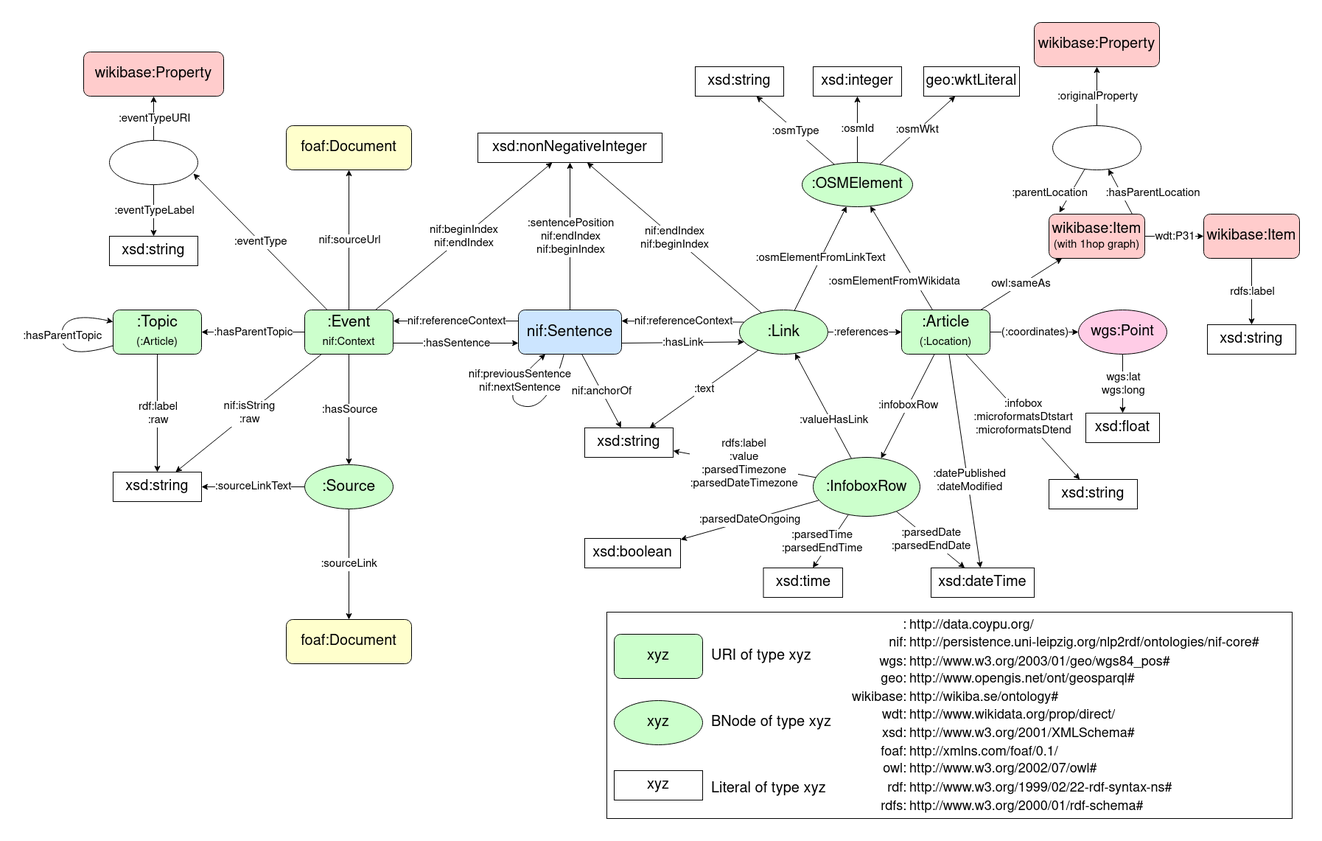
The draw.io diagram Schema.drawio.png in semantic-systems/coypu-wiki-events, before a commit. Source tidied: cells renumbered, new cells last; positions are measured from the earlier drawing's top-left corner, leaving out a move shared by most shapes.
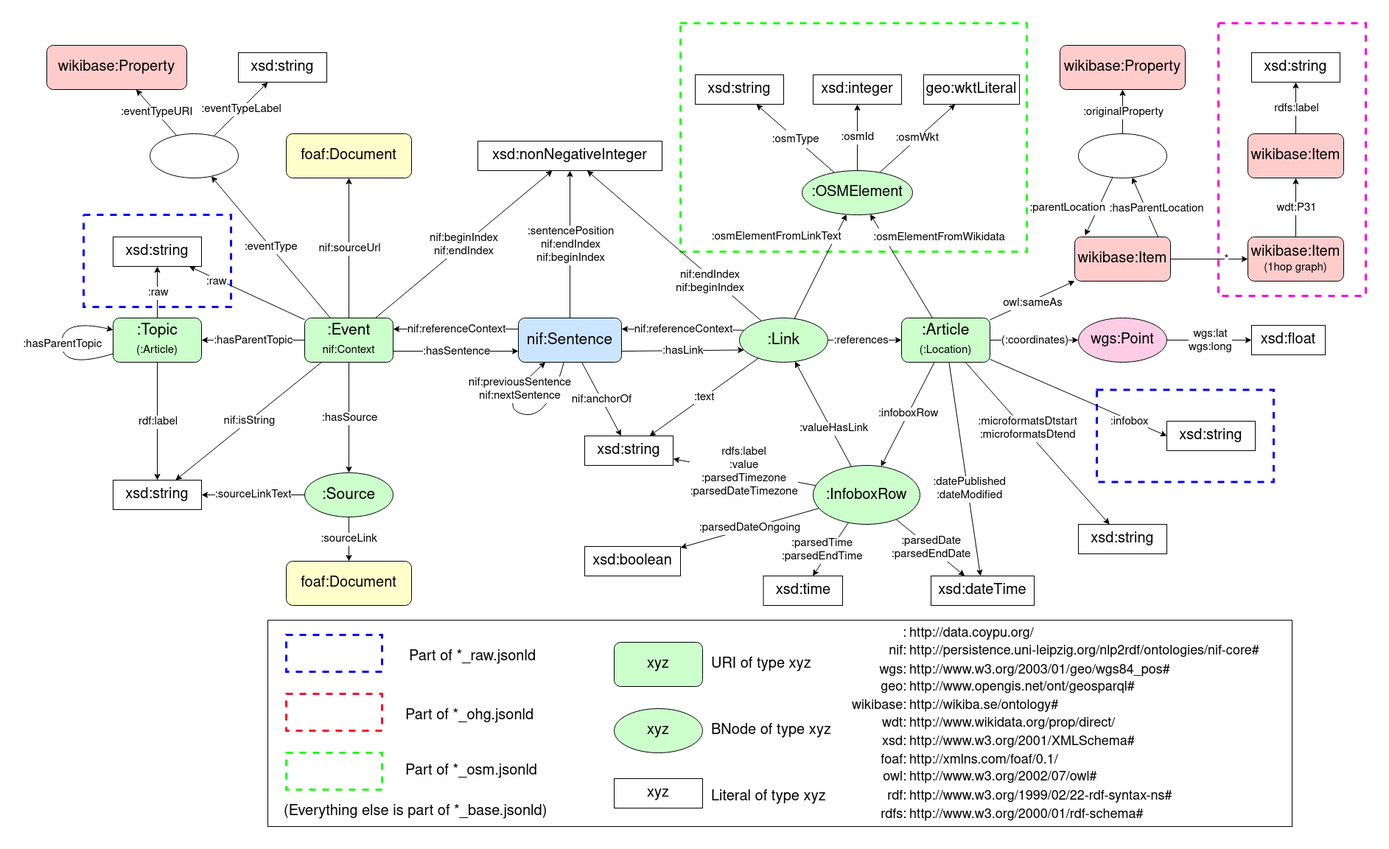
Above is the later version.

What changed in the source:
```diff
@@ -4,2 +4,14 @@
     <mxCell id="1" parent="0" />
+    <mxCell id="153" style="rounded=0;whiteSpace=wrap;html=1;fillColor=none;dashed=1;strokeColor=#0000FF;strokeWidth=3;" parent="1" vertex="1">
+      <mxGeometry x="1405" y="487.5" width="240" height="125" as="geometry" />
+    </mxCell>
+    <mxCell id="154" style="rounded=0;whiteSpace=wrap;html=1;fillColor=none;dashed=1;strokeColor=#0000FF;strokeWidth=3;" parent="1" vertex="1">
+      <mxGeometry x="30" y="250" width="200" height="125" as="geometry" />
+    </mxCell>
+    <mxCell id="155" style="rounded=0;whiteSpace=wrap;html=1;fillColor=none;dashed=1;strokeColor=#1DFF0D;strokeWidth=3;" parent="1" vertex="1">
+      <mxGeometry x="840" y="-10" width="470" height="310" as="geometry" />
+    </mxCell>
+    <mxCell id="156" style="rounded=0;whiteSpace=wrap;html=1;fillColor=none;dashed=1;strokeColor=#FF00DD;strokeWidth=3;" parent="1" vertex="1">
+      <mxGeometry x="1570" y="-10" width="200" height="370" as="geometry" />
+    </mxCell>
     <mxCell id="2" value=":sourceLinkText" style="edgeStyle=none;rounded=0;jettySize=auto;fontFamily=Helvetica;fontSize=15;fontColor=default;endArrow=classic;endFill=1;align=center;horizontal=1;html=1;labelPosition=center;verticalLabelPosition=middle;verticalAlign=middle;" parent="1" edge="1" source="60" target="48">
@@ -19,3 +31,3 @@
     </mxCell>
-    <mxCell id="7" style="rounded=0;jettySize=auto;html=1;entryX=0.95;entryY=0.75;entryDx=0;entryDy=0;entryPerimeter=0;" parent="1" edge="1" source="9" target="150">
+    <mxCell id="7" style="rounded=0;jettySize=auto;html=1;" parent="1" edge="1" source="9" target="150">
       <mxGeometry relative="1" as="geometry" />
@@ -39,3 +51,3 @@
     </mxCell>
-    <mxCell id="13" value="&lt;div&gt;rdf:label&lt;/div&gt;&lt;div&gt;:raw&lt;br&gt;&lt;/div&gt;" style="edgeLabel;html=1;align=center;verticalAlign=middle;fontSize=15;fontFamily=Helvetica;fontColor=default;" parent="12" vertex="1">
+    <mxCell id="13" value="&lt;div&gt;rdf:label&lt;/div&gt;" style="edgeLabel;html=1;align=center;verticalAlign=middle;fontSize=15;fontFamily=Helvetica;fontColor=default;" parent="12" vertex="1">
       <mxGeometry relative="1" as="geometry" />
@@ -80,7 +92,9 @@
     </mxCell>
-    <mxCell id="26" value="&lt;div&gt;:infobox&lt;/div&gt;&lt;div&gt;&lt;div&gt;:microformatsDtstart&lt;/div&gt;&lt;div&gt;:microformatsDtend&lt;/div&gt;&lt;/div&gt;" style="edgeLabel;html=1;align=center;verticalAlign=middle;fontSize=15;fontFamily=Helvetica;fontColor=default;" parent="25" vertex="1">
-      <mxGeometry relative="1" as="geometry" />
+    <mxCell id="26" value="&lt;div&gt;&lt;div&gt;:microformatsDtstart&lt;/div&gt;&lt;div&gt;:microformatsDtend&lt;/div&gt;&lt;/div&gt;" style="edgeLabel;html=1;align=center;verticalAlign=middle;fontSize=15;fontFamily=Helvetica;fontColor=default;" parent="25" vertex="1">
+      <mxGeometry relative="1" as="geometry">
+        <mxPoint x="-14" y="-20" as="offset" />
+      </mxGeometry>
     </mxCell>
     <mxCell id="27" value="&lt;font style=&quot;font-size: 15px;&quot;&gt;:osmElementFromLinkText&lt;/font&gt;" style="rounded=0;jettySize=auto;html=1;" parent="1" edge="1" source="22" target="68">
-      <mxGeometry relative="1" as="geometry" />
+      <mxGeometry x="0.12" y="72" relative="1" as="geometry" />
     </mxCell>
@@ -91,3 +105,3 @@
       <mxGeometry x="-0.34" relative="1" as="geometry">
-        <mxPoint x="-25" y="7" as="offset" />
+        <mxPoint x="36" y="-64" as="offset" />
       </mxGeometry>
@@ -95,3 +109,3 @@
     <mxCell id="30" value="owl:sameAs" style="edgeStyle=none;rounded=0;jettySize=auto;html=1;fontSize=15;" parent="1" edge="1" source="34" target="76">
-      <mxGeometry relative="1" as="geometry" />
+      <mxGeometry x="-0.02" y="-4" relative="1" as="geometry" />
     </mxCell>
@@ -164,3 +178,3 @@
     <mxCell id="49" value="&lt;font style=&quot;font-size: 20px;&quot;&gt;xsd:float&lt;/font&gt;" style="rounded=0;whiteSpace=wrap;html=1;labelBackgroundColor=default;fontFamily=Helvetica;fontSize=15;fontColor=default;fillColor=none;gradientColor=none;" parent="1" vertex="1">
-      <mxGeometry x="1390" y="530" width="100" height="40" as="geometry" />
+      <mxGeometry x="1615" y="400" width="100" height="40" as="geometry" />
     </mxCell>
@@ -172,3 +186,3 @@
     </mxCell>
-    <mxCell id="52" value="&lt;div&gt;&lt;font style=&quot;font-size: 15px;&quot;&gt;nif:isString&lt;/font&gt;&lt;/div&gt;&lt;div&gt;:raw&lt;font style=&quot;font-size: 15px;&quot;&gt;&lt;/font&gt;&lt;/div&gt;" style="edgeLabel;html=1;align=center;verticalAlign=middle;fontSize=15;fontFamily=Helvetica;fontColor=default;" parent="51" vertex="1">
+    <mxCell id="52" value="&lt;div&gt;&lt;font style=&quot;font-size: 15px;&quot;&gt;nif:isString&lt;/font&gt;&lt;/div&gt;" style="edgeLabel;html=1;align=center;verticalAlign=middle;fontSize=15;fontFamily=Helvetica;fontColor=default;" parent="51" vertex="1">
       <mxGeometry relative="1" as="geometry" />
@@ -209,3 +223,5 @@
     <mxCell id="64" value="&lt;div&gt;nif:endIndex&lt;/div&gt;&lt;div&gt;nif:beginIndex&lt;/div&gt;" style="edgeLabel;html=1;align=center;verticalAlign=middle;fontSize=15;fontFamily=Helvetica;fontColor=default;" parent="63" vertex="1">
-      <mxGeometry relative="1" as="geometry" />
+      <mxGeometry relative="1" as="geometry">
+        <mxPoint x="48" y="48" as="offset" />
+      </mxGeometry>
     </mxCell>
@@ -237,16 +253,18 @@
       <mxGeometry relative="1" as="geometry">
-        <mxPoint x="43" y="1" as="offset" />
+        <mxPoint x="14" y="1" as="offset" />
       </mxGeometry>
     </mxCell>
-    <mxCell id="74" style="edgeStyle=orthogonalEdgeStyle;rounded=0;jettySize=auto;html=1;fontSize=15;" parent="1" edge="1" source="76" target="97">
+    <mxCell id="74" style="rounded=0;jettySize=auto;html=1;fontSize=15;startArrow=none;" parent="1" edge="1" source="76" target="173">
       <mxGeometry relative="1" as="geometry" />
     </mxCell>
-    <mxCell id="75" value="&lt;font style=&quot;font-size: 15px;&quot;&gt;wdt:P31&lt;/font&gt;" style="edgeLabel;html=1;align=center;verticalAlign=middle;fontSize=15;" parent="74" vertex="1">
-      <mxGeometry relative="1" as="geometry" />
-    </mxCell>
+    <mxCell id="157" value="*" style="edgeLabel;html=1;align=center;verticalAlign=middle;fontSize=15;" parent="74" vertex="1">
+      <mxGeometry x="0.5" y="-1" relative="1" as="geometry">
+        <mxPoint x="-4" y="-1" as="offset" />
+      </mxGeometry>
+    </mxCell>
-    <mxCell id="76" value="&lt;div&gt;&lt;font style=&quot;font-size: 20px;&quot;&gt;wikibase:Item&lt;br&gt;&lt;/font&gt;&lt;/div&gt;&lt;div&gt;(with 1hop graph)&lt;br&gt;&lt;/div&gt;" style="rounded=1;whiteSpace=wrap;html=1;labelBackgroundColor=none;fontFamily=Helvetica;fontSize=15;fontColor=default;fillColor=#FFCCCC;gradientColor=none;" parent="1" vertex="1">
-      <mxGeometry x="1340" y="260" width="130" height="60" as="geometry" />
+    <mxCell id="76" value="&lt;div&gt;&lt;font style=&quot;font-size: 20px;&quot;&gt;wikibase:Item&lt;br&gt;&lt;/font&gt;&lt;/div&gt;" style="rounded=1;whiteSpace=wrap;html=1;labelBackgroundColor=none;fontFamily=Helvetica;fontSize=15;fontColor=default;fillColor=#FFCCCC;gradientColor=none;" parent="1" vertex="1">
+      <mxGeometry x="1375" y="280" width="130" height="60" as="geometry" />
     </mxCell>
     <mxCell id="77" value="&lt;font style=&quot;font-size: 20px;&quot;&gt;xsd:string&lt;/font&gt;" style="rounded=0;whiteSpace=wrap;html=1;labelBackgroundColor=default;fontFamily=Helvetica;fontSize=15;fontColor=default;fillColor=none;gradientColor=none;" parent="1" vertex="1">
-      <mxGeometry x="1340" y="620" width="120" height="40" as="geometry" />
+      <mxGeometry x="1380" y="670" width="120" height="40" as="geometry" />
     </mxCell>
@@ -285,3 +303,3 @@
     <mxCell id="88" value="&lt;font style=&quot;font-size: 20px;&quot;&gt;foaf:Document&lt;/font&gt;" style="rounded=1;whiteSpace=wrap;html=1;labelBackgroundColor=none;fontFamily=Helvetica;fontSize=15;fontColor=default;fillColor=#FFFFCC;gradientColor=none;" parent="1" vertex="1">
-      <mxGeometry x="305" y="810" width="170" height="60" as="geometry" />
+      <mxGeometry x="305" y="720" width="170" height="60" as="geometry" />
     </mxCell>
@@ -292,3 +310,3 @@
       <mxGeometry x="-0.38" y="-1" relative="1" as="geometry">
-        <mxPoint x="-37" y="15" as="offset" />
+        <mxPoint x="-49" y="17" as="offset" />
       </mxGeometry>
@@ -302,6 +320,6 @@
     <mxCell id="93" style="ellipse;whiteSpace=wrap;html=1;fontSize=15;rounded=1;labelBackgroundColor=none;fillColor=none;" parent="1" vertex="1">
-      <mxGeometry x="1345" y="140" width="120" height="60" as="geometry" />
+      <mxGeometry x="1380" y="140" width="120" height="60" as="geometry" />
     </mxCell>
     <mxCell id="94" value="&lt;font style=&quot;font-size: 20px;&quot;&gt;wikibase:Property&lt;/font&gt;" style="rounded=1;whiteSpace=wrap;html=1;labelBackgroundColor=none;fontFamily=Helvetica;fontSize=15;fontColor=default;fillColor=#FFCCCC;gradientColor=none;" parent="1" vertex="1">
-      <mxGeometry x="1320" width="170" height="60" as="geometry" />
+      <mxGeometry x="1355" y="20" width="170" height="60" as="geometry" />
     </mxCell>
@@ -313,10 +331,7 @@
     </mxCell>
-    <mxCell id="97" value="&lt;div&gt;&lt;font style=&quot;font-size: 20px;&quot;&gt;wikibase:Item&lt;br&gt;&lt;/font&gt;&lt;/div&gt;" style="rounded=1;whiteSpace=wrap;html=1;labelBackgroundColor=none;fontFamily=Helvetica;fontSize=15;fontColor=default;fillColor=#FFCCCC;gradientColor=none;" parent="1" vertex="1">
-      <mxGeometry x="1550" y="260" width="130" height="60" as="geometry" />
-    </mxCell>
     <mxCell id="98" value="&lt;font style=&quot;font-size: 20px;&quot;&gt;xsd:string&lt;/font&gt;" style="rounded=0;whiteSpace=wrap;html=1;labelBackgroundColor=default;fontFamily=Helvetica;fontSize=15;fontColor=default;fillColor=none;gradientColor=none;" parent="1" vertex="1">
-      <mxGeometry x="1555" y="410" width="120" height="40" as="geometry" />
+      <mxGeometry x="1615" y="30" width="120" height="40" as="geometry" />
     </mxCell>
     <mxCell id="99" style="group;strokeColor=default;" parent="1" vertex="1">
-      <mxGeometry x="740" y="800" width="930" height="280" as="geometry" />
+      <mxGeometry x="280" y="800" width="1390" height="280" as="geometry" />
     </mxCell>
@@ -473,10 +488,71 @@
     <mxCell id="150" value="&lt;div style=&quot;font-size: 21px;&quot;&gt;&lt;br&gt;&lt;/div&gt;" style="ellipse;whiteSpace=wrap;html=1;labelBackgroundColor=none;fontFamily=Helvetica;fontSize=15;fontColor=default;fillColor=none;gradientColor=none;" parent="1" vertex="1">
-      <mxGeometry x="65" y="160" width="120" height="60" as="geometry" />
+      <mxGeometry x="120" y="140" width="120" height="60" as="geometry" />
     </mxCell>
     <mxCell id="151" value="&lt;div style=&quot;font-size: 20px;&quot;&gt;wikibase:Property&lt;font style=&quot;font-size: 20px;&quot;&gt;&lt;br&gt;&lt;/font&gt;&lt;/div&gt;" style="rounded=1;whiteSpace=wrap;html=1;labelBackgroundColor=none;fontFamily=Helvetica;fontSize=15;fontColor=default;fillColor=#FFCCCC;gradientColor=none;" parent="1" vertex="1">
-      <mxGeometry x="30" y="40" width="190" height="60" as="geometry" />
+      <mxGeometry x="-20" y="20" width="190" height="60" as="geometry" />
     </mxCell>
     <mxCell id="152" value="&lt;font style=&quot;font-size: 20px;&quot;&gt;xsd:string&lt;/font&gt;" style="rounded=0;whiteSpace=wrap;html=1;labelBackgroundColor=default;fontFamily=Helvetica;fontSize=15;fontColor=default;fillColor=none;gradientColor=none;" parent="1" vertex="1">
-      <mxGeometry x="65" y="290" width="120" height="40" as="geometry" />
+      <mxGeometry x="240" y="30" width="120" height="40" as="geometry" />
     </mxCell>
+    <mxCell id="158" value="&lt;font style=&quot;font-size: 20px;&quot;&gt;xsd:string&lt;/font&gt;" style="rounded=0;whiteSpace=wrap;html=1;labelBackgroundColor=default;fontFamily=Helvetica;fontSize=15;fontColor=default;fillColor=none;gradientColor=none;" parent="1" vertex="1">
+      <mxGeometry x="70" y="280" width="120" height="40" as="geometry" />
+    </mxCell>
+    <mxCell id="159" style="edgeStyle=none;rounded=0;jettySize=auto;html=1;fontFamily=Helvetica;fontSize=15;fontColor=default;endArrow=classic;endFill=1;" parent="1" edge="1" source="14" target="158">
+      <mxGeometry relative="1" as="geometry" />
+    </mxCell>
+    <mxCell id="160" value="&lt;div&gt;:raw&lt;br&gt;&lt;/div&gt;" style="edgeLabel;html=1;align=center;verticalAlign=middle;fontSize=15;fontFamily=Helvetica;fontColor=default;" parent="159" vertex="1">
+      <mxGeometry relative="1" as="geometry" />
+    </mxCell>
+    <mxCell id="161" style="edgeStyle=none;rounded=0;jettySize=auto;html=1;fontFamily=Helvetica;fontSize=15;fontColor=default;endArrow=classic;endFill=1;" parent="1" edge="1" source="9" target="158">
+      <mxGeometry relative="1" as="geometry" />
+    </mxCell>
+    <mxCell id="162" value="&lt;div&gt;:raw&lt;br&gt;&lt;/div&gt;" style="edgeLabel;html=1;align=center;verticalAlign=middle;fontSize=15;fontFamily=Helvetica;fontColor=default;" parent="161" vertex="1">
+      <mxGeometry relative="1" as="geometry">
+        <mxPoint x="-42" y="-16" as="offset" />
+      </mxGeometry>
+    </mxCell>
+    <mxCell id="163" style="edgeStyle=none;rounded=0;jettySize=auto;html=1;fontFamily=Helvetica;fontSize=15;fontColor=default;endArrow=classic;endFill=1;entryX=0;entryY=0.5;entryDx=0;entryDy=0;" parent="1" edge="1" source="34" target="165">
+      <mxGeometry relative="1" as="geometry" />
+    </mxCell>
+    <mxCell id="164" value="&lt;div&gt;:infobox&lt;/div&gt;" style="edgeLabel;html=1;align=center;verticalAlign=middle;fontSize=15;fontFamily=Helvetica;fontColor=default;" parent="163" vertex="1">
+      <mxGeometry relative="1" as="geometry">
+        <mxPoint x="68" y="32" as="offset" />
+      </mxGeometry>
+    </mxCell>
+    <mxCell id="165" value="&lt;font style=&quot;font-size: 20px;&quot;&gt;xsd:string&lt;/font&gt;" style="rounded=0;whiteSpace=wrap;html=1;labelBackgroundColor=default;fontFamily=Helvetica;fontSize=15;fontColor=default;fillColor=none;gradientColor=none;" parent="1" vertex="1">
+      <mxGeometry x="1500" y="530" width="120" height="40" as="geometry" />
+    </mxCell>
+    <mxCell id="166" style="rounded=0;whiteSpace=wrap;html=1;fillColor=none;dashed=1;strokeColor=#0000FF;strokeWidth=3;" parent="1" vertex="1">
+      <mxGeometry x="305" y="820" width="130" height="50" as="geometry" />
+    </mxCell>
+    <mxCell id="167" value="Part of *_raw.jsonld" style="text;html=1;align=left;verticalAlign=middle;strokeColor=none;fillColor=none;fontSize=20;" parent="1" vertex="1">
+      <mxGeometry x="470" y="830" width="200" height="40" as="geometry" />
+    </mxCell>
+    <mxCell id="168" style="rounded=0;whiteSpace=wrap;html=1;fillColor=none;dashed=1;strokeColor=#FF032D;strokeWidth=3;" parent="1" vertex="1">
+      <mxGeometry x="305" y="900" width="130" height="50" as="geometry" />
+    </mxCell>
+    <mxCell id="169" value="Part of *_ohg.jsonld" style="text;html=1;align=left;verticalAlign=middle;strokeColor=none;fillColor=none;fontSize=20;" parent="1" vertex="1">
+      <mxGeometry x="465" y="910" width="200" height="40" as="geometry" />
+    </mxCell>
+    <mxCell id="170" style="rounded=0;whiteSpace=wrap;html=1;fillColor=none;dashed=1;strokeColor=#1DFF0D;strokeWidth=3;" parent="1" vertex="1">
+      <mxGeometry x="305" y="980" width="130" height="50" as="geometry" />
+    </mxCell>
+    <mxCell id="171" value="Part of *_osm.jsonld" style="text;html=1;align=left;verticalAlign=middle;strokeColor=none;fillColor=none;fontSize=20;" parent="1" vertex="1">
+      <mxGeometry x="465" y="985" width="200" height="40" as="geometry" />
+    </mxCell>
+    <mxCell id="172" value="(Everything else is part of *_base.jsonld)" style="text;html=1;align=left;verticalAlign=middle;strokeColor=none;fillColor=none;fontSize=20;" parent="1" vertex="1">
+      <mxGeometry x="300" y="1040" width="380" height="40" as="geometry" />
+    </mxCell>
+    <mxCell id="173" value="&lt;div&gt;&lt;font style=&quot;font-size: 20px;&quot;&gt;wikibase:Item&lt;br&gt;&lt;/font&gt;&lt;/div&gt;&lt;div&gt;(1hop graph)&lt;br&gt;&lt;/div&gt;" style="rounded=1;whiteSpace=wrap;html=1;labelBackgroundColor=none;fontFamily=Helvetica;fontSize=15;fontColor=default;fillColor=#FFCCCC;gradientColor=none;" parent="1" vertex="1">
+      <mxGeometry x="1610" y="280" width="130" height="60" as="geometry" />
+    </mxCell>
+    <mxCell id="97" value="&lt;div&gt;&lt;font style=&quot;font-size: 20px;&quot;&gt;wikibase:Item&lt;br&gt;&lt;/font&gt;&lt;/div&gt;" style="rounded=1;whiteSpace=wrap;html=1;labelBackgroundColor=none;fontFamily=Helvetica;fontSize=15;fontColor=default;fillColor=#FFCCCC;gradientColor=none;" parent="1" vertex="1">
+      <mxGeometry x="1610" y="140" width="130" height="60" as="geometry" />
+    </mxCell>
+    <mxCell id="174" style="rounded=0;jettySize=auto;html=1;fontSize=15;startArrow=none;" parent="1" edge="1" source="173" target="97">
+      <mxGeometry relative="1" as="geometry" />
+    </mxCell>
+    <mxCell id="75" value="wdt:P31" style="edgeLabel;html=1;align=center;verticalAlign=middle;fontSize=15;" parent="174" vertex="1">
+      <mxGeometry relative="1" as="geometry" />
+    </mxCell>
   </root>
```
